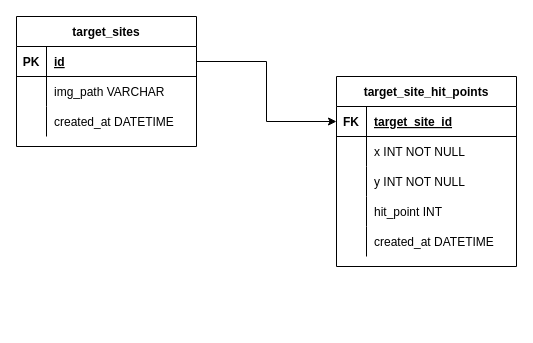
This is page "ap2n-db struct" (3 of 3) of ap2n-flow.drawio from GTech9971/ApocalypseNow, a draw.io file, before an edit. Source tidied: cells renumbered, new cells numbered last; positions are measured from the earlier drawing's top-left corner, leaving out a move shared by most shapes. Both pictures are drawn from the tidied source at 100%, with x=0, y=0 at pixel (16, 16).
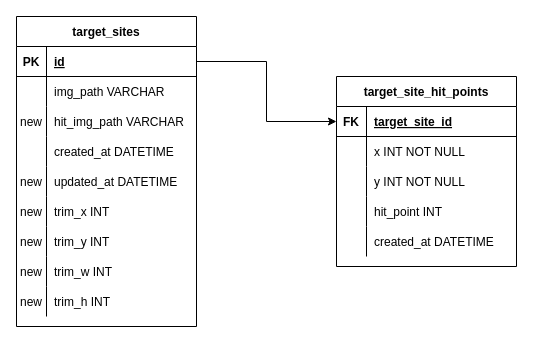
After the change.

Commit message:
フロー図を修正

APIを新規的アップロードと、射撃後アップロードの2つに分割する

Change to the diagram source:
```diff
@@
     <mxCell id="2" value="target_sites" style="shape=table;startSize=30;childLayout=tableLayout;rowLines=0;fontStyle=1;align=center;" parent="1" vertex="1">
-      <mxGeometry width="180" height="130" as="geometry" />
+      <mxGeometry width="180" height="310" as="geometry" />
     </mxCell>
@@
+    <mxCell id="29" style="shape=tableRow;horizontal=0;startSize=0;swimlaneHead=0;swimlaneBody=0;fillColor=none;top=0;left=0;right=0;bottom=0;" parent="2" vertex="1">
+      <mxGeometry y="90" width="180" height="30" as="geometry" />
+    </mxCell>
+    <mxCell id="30" value="new" style="shape=partialRectangle;fillColor=none;top=0;left=0;bottom=0;right=0;overflow=hidden;" parent="29" vertex="1">
+      <mxGeometry width="30" height="30" as="geometry" />
+    </mxCell>
+    <mxCell id="31" value="hit_img_path VARCHAR" style="shape=partialRectangle;fillColor=none;top=0;left=0;bottom=0;right=0;align=left;spacingLeft=6;overflow=hidden;" parent="29" vertex="1">
+      <mxGeometry x="30" width="150" height="30" as="geometry" />
+    </mxCell>
     <mxCell id="9" style="shape=tableRow;horizontal=0;startSize=0;swimlaneHead=0;swimlaneBody=0;fillColor=none;top=0;left=0;right=0;bottom=0;" parent="2" vertex="1">
-      <mxGeometry y="90" width="180" height="30" as="geometry" />
+      <mxGeometry y="120" width="180" height="30" as="geometry" />
     </mxCell>
@@
+    <mxCell id="32" style="shape=tableRow;horizontal=0;startSize=0;swimlaneHead=0;swimlaneBody=0;fillColor=none;top=0;left=0;right=0;bottom=0;" parent="2" vertex="1">
+      <mxGeometry y="150" width="180" height="30" as="geometry" />
+    </mxCell>
+    <mxCell id="33" value="new" style="shape=partialRectangle;fillColor=none;top=0;left=0;bottom=0;right=0;overflow=hidden;" parent="32" vertex="1">
+      <mxGeometry width="30" height="30" as="geometry" />
+    </mxCell>
+    <mxCell id="34" value="updated_at DATETIME" style="shape=partialRectangle;fillColor=none;top=0;left=0;bottom=0;right=0;align=left;spacingLeft=6;overflow=hidden;" parent="32" vertex="1">
+      <mxGeometry x="30" width="150" height="30" as="geometry" />
+    </mxCell>
+    <mxCell id="35" style="shape=tableRow;horizontal=0;startSize=0;swimlaneHead=0;swimlaneBody=0;fillColor=none;top=0;left=0;right=0;bottom=0;" parent="2" vertex="1">
+      <mxGeometry y="180" width="180" height="30" as="geometry" />
+    </mxCell>
+    <mxCell id="36" value="new" style="shape=partialRectangle;fillColor=none;top=0;left=0;bottom=0;right=0;overflow=hidden;" parent="35" vertex="1">
+      <mxGeometry width="30" height="30" as="geometry" />
+    </mxCell>
+    <mxCell id="37" value="trim_x INT" style="shape=partialRectangle;fillColor=none;top=0;left=0;bottom=0;right=0;align=left;spacingLeft=6;overflow=hidden;" parent="35" vertex="1">
+      <mxGeometry x="30" width="150" height="30" as="geometry" />
+    </mxCell>
+    <mxCell id="38" style="shape=tableRow;horizontal=0;startSize=0;swimlaneHead=0;swimlaneBody=0;fillColor=none;top=0;left=0;right=0;bottom=0;" parent="2" vertex="1">
+      <mxGeometry y="210" width="180" height="30" as="geometry" />
+    </mxCell>
+    <mxCell id="39" value="new" style="shape=partialRectangle;fillColor=none;top=0;left=0;bottom=0;right=0;overflow=hidden;" parent="38" vertex="1">
+      <mxGeometry width="30" height="30" as="geometry" />
+    </mxCell>
+    <mxCell id="40" value="trim_y INT" style="shape=partialRectangle;fillColor=none;top=0;left=0;bottom=0;right=0;align=left;spacingLeft=6;overflow=hidden;" parent="38" vertex="1">
+      <mxGeometry x="30" width="150" height="30" as="geometry" />
+    </mxCell>
+    <mxCell id="41" style="shape=tableRow;horizontal=0;startSize=0;swimlaneHead=0;swimlaneBody=0;fillColor=none;top=0;left=0;right=0;bottom=0;" parent="2" vertex="1">
+      <mxGeometry y="240" width="180" height="30" as="geometry" />
+    </mxCell>
+    <mxCell id="42" value="new" style="shape=partialRectangle;fillColor=none;top=0;left=0;bottom=0;right=0;overflow=hidden;" parent="41" vertex="1">
+      <mxGeometry width="30" height="30" as="geometry" />
+    </mxCell>
+    <mxCell id="43" value="trim_w INT" style="shape=partialRectangle;fillColor=none;top=0;left=0;bottom=0;right=0;align=left;spacingLeft=6;overflow=hidden;" parent="41" vertex="1">
+      <mxGeometry x="30" width="150" height="30" as="geometry" />
+    </mxCell>
+    <mxCell id="44" style="shape=tableRow;horizontal=0;startSize=0;swimlaneHead=0;swimlaneBody=0;fillColor=none;top=0;left=0;right=0;bottom=0;" parent="2" vertex="1">
+      <mxGeometry y="270" width="180" height="30" as="geometry" />
+    </mxCell>
+    <mxCell id="45" value="new" style="shape=partialRectangle;fillColor=none;top=0;left=0;bottom=0;right=0;overflow=hidden;" parent="44" vertex="1">
+      <mxGeometry width="30" height="30" as="geometry" />
+    </mxCell>
+    <mxCell id="46" value="trim_h INT" style="shape=partialRectangle;fillColor=none;top=0;left=0;bottom=0;right=0;align=left;spacingLeft=6;overflow=hidden;" parent="44" vertex="1">
+      <mxGeometry x="30" width="150" height="30" as="geometry" />
+    </mxCell>
```
